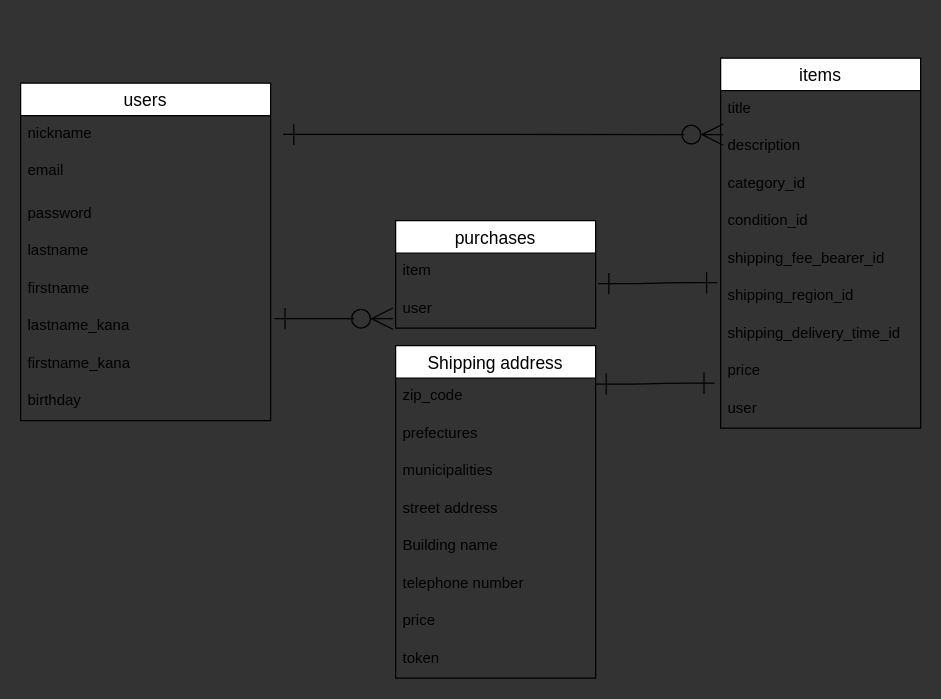
The draw.io diagram ER.dio in Tomogit2/furima-40768, before the edit. Source tidied: cells renumbered, new cells numbered last; positions are measured from the earlier drawing's top-left corner, leaving out a move shared by most shapes. Both pictures are drawn from the tidied source at 125%, with x=0, y=0 at pixel (20, 58).
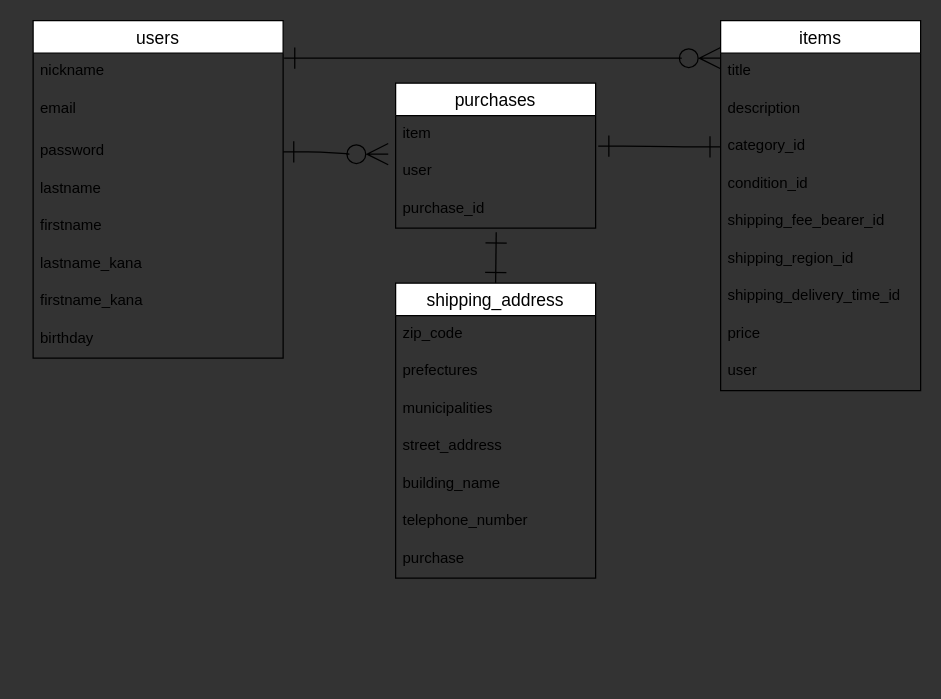
The same diagram, later.

Unchanged cells that the change refers to:
```xml
<mxCell id="3" value="nickname" style="text;strokeColor=none;fillColor=none;spacingLeft=4;spacingRight=4;overflow=hidden;points=[[0,0.5],[1,0.5]];portConstraint=eastwest;fontSize=12;" parent="2" vertex="1">
  <mxGeometry y="26" width="200" height="30" as="geometry" />
</mxCell>
<mxCell id="5" value="password" style="text;strokeColor=none;fillColor=none;spacingLeft=4;spacingRight=4;overflow=hidden;points=[[0,0.5],[1,0.5]];portConstraint=eastwest;fontSize=12;" parent="2" vertex="1">
  <mxGeometry y="90" width="200" height="30" as="geometry" />
</mxCell>
<mxCell id="13" value="description" style="text;strokeColor=none;fillColor=none;spacingLeft=4;spacingRight=4;overflow=hidden;points=[[0,0.5],[1,0.5]];portConstraint=eastwest;fontSize=12;" parent="11" vertex="1">
  <mxGeometry y="56" width="160" height="30" as="geometry" />
</mxCell>
<mxCell id="14" value="category_id" style="text;strokeColor=none;fillColor=none;spacingLeft=4;spacingRight=4;overflow=hidden;points=[[0,0.5],[1,0.5]];portConstraint=eastwest;fontSize=12;" parent="11" vertex="1">
  <mxGeometry y="86" width="160" height="30" as="geometry" />
</mxCell>
<mxCell id="17" value="shipping_region_id" style="text;strokeColor=none;fillColor=none;spacingLeft=4;spacingRight=4;overflow=hidden;points=[[0,0.5],[1,0.5]];portConstraint=eastwest;fontSize=12;" parent="11" vertex="1">
  <mxGeometry y="176" width="160" height="30" as="geometry" />
</mxCell>
<mxCell id="23" value="user" style="text;strokeColor=none;fillColor=none;spacingLeft=4;spacingRight=4;overflow=hidden;points=[[0,0.5],[1,0.5]];portConstraint=eastwest;fontSize=12;" parent="21" vertex="1">
  <mxGeometry y="56" width="160" height="30" as="geometry" />
</mxCell>
```

Diff of the diagram source:
```diff
@@
     <mxCell id="2" value="users" style="swimlane;fontStyle=0;horizontal=1;startSize=26;align=center;fontSize=14;" parent="1" vertex="1">
-      <mxGeometry y="20" width="200" height="270" as="geometry" />
+      <mxGeometry x="10" y="-30" width="200" height="270" as="geometry" />
     </mxCell>
@@
     <mxCell id="11" value="items" style="swimlane;fontStyle=0;horizontal=1;startSize=26;align=center;fontSize=14;" parent="1" vertex="1">
-      <mxGeometry x="560" width="160" height="296" as="geometry" />
+      <mxGeometry x="560" y="-30" width="160" height="296" as="geometry" />
     </mxCell>
@@
     <mxCell id="21" value="purchases" style="swimlane;fontStyle=0;horizontal=1;startSize=26;align=center;fontSize=14;" parent="1" vertex="1">
-      <mxGeometry x="300" y="130" width="160" height="86" as="geometry" />
+      <mxGeometry x="300" y="20" width="160" height="116" as="geometry" />
     </mxCell>
@@
+    <mxCell id="37" value="purchase_id" style="text;strokeColor=none;fillColor=none;spacingLeft=4;spacingRight=4;overflow=hidden;points=[[0,0.5],[1,0.5]];portConstraint=eastwest;fontSize=12;" parent="21" vertex="1">
+      <mxGeometry y="86" width="160" height="30" as="geometry" />
+    </mxCell>
-    <mxCell id="24" style="edgeStyle=entityRelationEdgeStyle;fontSize=12;html=1;endArrow=ERzeroToMany;startArrow=ERone;entryX=0.013;entryY=0.173;entryDx=0;entryDy=0;entryPerimeter=0;endFill=0;startFill=0;targetPerimeterSpacing=10;sourcePerimeterSpacing=10;endSize=15;startSize=15;" parent="1" edge="1" target="13">
+    <mxCell id="24" style="edgeStyle=entityRelationEdgeStyle;fontSize=12;html=1;endArrow=ERzeroToMany;startArrow=ERone;endFill=0;startFill=0;targetPerimeterSpacing=10;sourcePerimeterSpacing=10;endSize=15;startSize=15;exitX=1.004;exitY=0.133;exitDx=0;exitDy=0;exitPerimeter=0;" parent="1" edge="1" source="3">
       <mxGeometry relative="1" as="geometry">
-        <mxPoint x="210" y="61" as="sourcePoint" />
+        <mxPoint x="560" as="targetPoint" />
       </mxGeometry>
     </mxCell>
-    <mxCell id="25" style="edgeStyle=entityRelationEdgeStyle;fontSize=12;html=1;endArrow=ERone;startArrow=ERone;entryX=-0.017;entryY=0.12;entryDx=0;entryDy=0;entryPerimeter=0;startFill=0;endFill=0;exitX=1.013;exitY=-0.187;exitDx=0;exitDy=0;exitPerimeter=0;endSize=15;startSize=15;" parent="1" edge="1" source="23" target="17">
+    <mxCell id="25" style="edgeStyle=entityRelationEdgeStyle;fontSize=12;html=1;endArrow=ERone;startArrow=ERone;entryX=0;entryY=0.5;entryDx=0;entryDy=0;startFill=0;endFill=0;exitX=1.013;exitY=-0.187;exitDx=0;exitDy=0;exitPerimeter=0;endSize=15;startSize=15;" parent="1" edge="1" source="23" target="14">
       <mxGeometry relative="1" as="geometry" />
     </mxCell>
-    <mxCell id="26" style="edgeStyle=entityRelationEdgeStyle;fontSize=12;html=1;endArrow=ERzeroToMany;startArrow=ERone;entryX=0.03;entryY=0.747;entryDx=0;entryDy=0;entryPerimeter=0;startFill=0;endFill=0;exitX=1.05;exitY=0.28;exitDx=0;exitDy=0;exitPerimeter=0;endSize=15;startSize=15;" parent="1" edge="1">
-      <mxGeometry relative="1" as="geometry">
-        <mxPoint x="203" y="208.4" as="sourcePoint" />
-        <mxPoint x="297.8" y="208.4" as="targetPoint" />
-      </mxGeometry>
+    <mxCell id="26" style="edgeStyle=entityRelationEdgeStyle;fontSize=12;html=1;endArrow=ERzeroToMany;startArrow=ERone;entryX=-0.037;entryY=0.027;entryDx=0;entryDy=0;entryPerimeter=0;startFill=0;endFill=0;exitX=1;exitY=0.5;exitDx=0;exitDy=0;endSize=15;startSize=15;" parent="1" edge="1" source="5" target="23">
+      <mxGeometry relative="1" as="geometry" />
     </mxCell>
+    <mxCell id="38" style="edgeStyle=none;html=1;exitX=0.5;exitY=0;exitDx=0;exitDy=0;entryX=0.503;entryY=1.113;entryDx=0;entryDy=0;entryPerimeter=0;startArrow=ERone;startFill=0;endArrow=ERone;endFill=0;startSize=15;endSize=15;sourcePerimeterSpacing=10;targetPerimeterSpacing=10;" parent="1" edge="1" source="27" target="37">
+      <mxGeometry relative="1" as="geometry" />
+    </mxCell>
-    <mxCell id="27" value="Shipping address" style="swimlane;fontStyle=0;horizontal=1;startSize=26;align=center;fontSize=14;" parent="1" vertex="1">
-      <mxGeometry x="300" y="230" width="160" height="266" as="geometry" />
+    <mxCell id="27" value="shipping_address" style="swimlane;fontStyle=0;horizontal=1;startSize=26;align=center;fontSize=14;" parent="1" vertex="1">
+      <mxGeometry x="300" y="180" width="160" height="236" as="geometry" />
     </mxCell>
@@
-    <mxCell id="31" value="street address" style="text;strokeColor=none;fillColor=none;spacingLeft=4;spacingRight=4;overflow=hidden;fontSize=12;" parent="27" vertex="1">
+    <mxCell id="31" value="street_address" style="text;strokeColor=none;fillColor=none;spacingLeft=4;spacingRight=4;overflow=hidden;fontSize=12;" parent="27" vertex="1">
       <mxGeometry y="116" width="160" height="30" as="geometry" />
     </mxCell>
-    <mxCell id="32" value="Building name" style="text;strokeColor=none;fillColor=none;spacingLeft=4;spacingRight=4;overflow=hidden;fontSize=12;" parent="27" vertex="1">
+    <mxCell id="32" value="building_name" style="text;strokeColor=none;fillColor=none;spacingLeft=4;spacingRight=4;overflow=hidden;fontSize=12;" parent="27" vertex="1">
       <mxGeometry y="146" width="160" height="30" as="geometry" />
     </mxCell>
-    <mxCell id="33" value="telephone number" style="text;strokeColor=none;fillColor=none;spacingLeft=4;spacingRight=4;overflow=hidden;fontSize=12;" parent="27" vertex="1">
+    <mxCell id="33" value="telephone_number" style="text;strokeColor=none;fillColor=none;spacingLeft=4;spacingRight=4;overflow=hidden;fontSize=12;" parent="27" vertex="1">
       <mxGeometry y="176" width="160" height="30" as="geometry" />
     </mxCell>
-    <mxCell id="34" value="price" style="text;strokeColor=none;fillColor=none;spacingLeft=4;spacingRight=4;overflow=hidden;fontSize=12;" parent="27" vertex="1">
-      <mxGeometry y="206" width="160" height="30" as="geometry" />
-    </mxCell>
-    <mxCell id="35" value="token" style="text;strokeColor=none;fillColor=none;spacingLeft=4;spacingRight=4;overflow=hidden;fontSize=12;" parent="27" vertex="1">
-      <mxGeometry y="236" width="160" height="30" as="geometry" />
-    </mxCell>
-    <mxCell id="36" style="edgeStyle=entityRelationEdgeStyle;fontSize=12;html=1;endArrow=ERone;startArrow=ERone;entryX=-0.017;entryY=0.12;entryDx=0;entryDy=0;entryPerimeter=0;startFill=0;endFill=0;exitX=1.013;exitY=-0.187;exitDx=0;exitDy=0;exitPerimeter=0;endSize=15;startSize=15;" parent="1" edge="1">
-      <mxGeometry relative="1" as="geometry">
-        <mxPoint x="460" y="260.8" as="sourcePoint" />
-        <mxPoint x="555.2" y="260" as="targetPoint" />
-      </mxGeometry>
-    </mxCell>
+    <mxCell id="39" value="purchase" style="text;strokeColor=none;fillColor=none;spacingLeft=4;spacingRight=4;overflow=hidden;fontSize=12;" parent="27" vertex="1">
+      <mxGeometry y="206" width="160" height="30" as="geometry" />
+    </mxCell>
```
